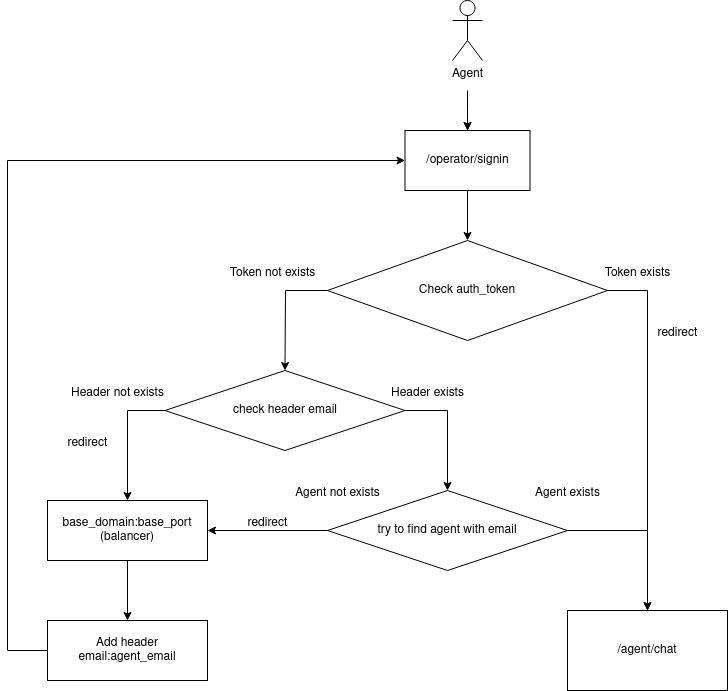
vasiliypozhinskiy/AD_integrations keeps this draw.io diagram as Integration_with_balancer.png. Above is the earlier version. Source tidied: cells renumbered, new cells last; positions are measured from the earlier drawing's top-left corner, leaving out a move shared by most shapes.
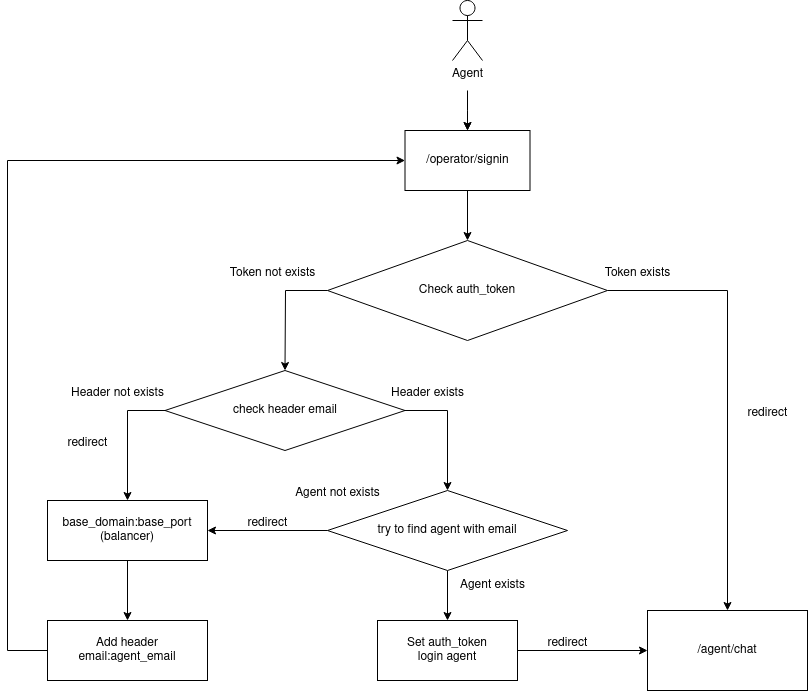
Above is the later version.

The edit, as a diff of the source:
```diff
@@ -33,7 +33,7 @@
     <mxCell id="8" style="endArrow=classic;html=1;rounded=0;exitX=1;exitY=0.5;exitDx=0;exitDy=0;entryX=0.5;entryY=0;entryDx=0;entryDy=0;" parent="1" edge="1" source="2" target="12">
       <mxGeometry relative="1" as="geometry">
         <Array as="points">
-          <mxPoint x="640" y="290" />
+          <mxPoint x="720" y="290" />
         </Array>
       </mxGeometry>
     </mxCell>
@@ -49,10 +49,10 @@
       <mxGeometry x="585" y="258" width="90" height="30" as="geometry" />
     </mxCell>
     <mxCell id="12" value="/agent/chat" style="rounded=0;whiteSpace=wrap;html=1;" parent="1" vertex="1">
-      <mxGeometry x="560" y="610" width="160" height="80" as="geometry" />
+      <mxGeometry x="640" y="610" width="160" height="80" as="geometry" />
     </mxCell>
     <mxCell id="13" value="redirect" style="text;html=1;align=center;verticalAlign=middle;strokeColor=none;fillColor=none;" parent="1" vertex="1">
-      <mxGeometry x="640" y="318" width="60" height="30" as="geometry" />
+      <mxGeometry x="730" y="398" width="60" height="30" as="geometry" />
     </mxCell>
     <mxCell id="14" value="check header email" style="rhombus;whiteSpace=wrap;html=1;" parent="1" vertex="1">
       <mxGeometry x="157.5" y="370" width="240" height="80" as="geometry" />
@@ -88,6 +88,9 @@
         </Array>
       </mxGeometry>
     </mxCell>
+    <mxCell id="30" style="edgeStyle=orthogonalEdgeStyle;rounded=0;jettySize=auto;html=1;entryX=0.5;entryY=0;entryDx=0;entryDy=0;" parent="1" edge="1" source="22" target="32">
+      <mxGeometry relative="1" as="geometry" />
+    </mxCell>
     <mxCell id="22" value="try to find agent with email" style="rhombus;whiteSpace=wrap;html=1;" parent="1" vertex="1">
       <mxGeometry x="320" y="490" width="240" height="80" as="geometry" />
     </mxCell>
@@ -98,15 +101,8 @@
         </Array>
       </mxGeometry>
     </mxCell>
-    <mxCell id="24" style="endArrow=classic;html=1;rounded=0;exitX=1;exitY=0.5;exitDx=0;exitDy=0;entryX=0.5;entryY=0;entryDx=0;entryDy=0;" parent="1" edge="1" source="22" target="12">
-      <mxGeometry relative="1" as="geometry">
-        <Array as="points">
-          <mxPoint x="640" y="530" />
-        </Array>
-      </mxGeometry>
-    </mxCell>
     <mxCell id="25" value="Agent exists" style="text;html=1;align=center;verticalAlign=middle;strokeColor=none;fillColor=none;" parent="1" vertex="1">
-      <mxGeometry x="515" y="478" width="90" height="30" as="geometry" />
+      <mxGeometry x="440" y="570" width="90" height="30" as="geometry" />
     </mxCell>
     <mxCell id="26" style="endArrow=classic;html=1;rounded=0;exitX=0;exitY=0.5;exitDx=0;exitDy=0;entryX=1;entryY=0.5;entryDx=0;entryDy=0;" parent="1" edge="1" source="22" target="17">
       <mxGeometry relative="1" as="geometry" />
@@ -120,5 +116,14 @@
     <mxCell id="29" value="&lt;div&gt;Header exists&lt;/div&gt;" style="text;html=1;align=center;verticalAlign=middle;strokeColor=none;fillColor=none;" parent="1" vertex="1">
       <mxGeometry x="370" y="378" width="100" height="30" as="geometry" />
     </mxCell>
+    <mxCell id="31" style="edgeStyle=orthogonalEdgeStyle;rounded=0;jettySize=auto;html=1;entryX=0;entryY=0.5;entryDx=0;entryDy=0;" parent="1" edge="1" source="32" target="12">
+      <mxGeometry relative="1" as="geometry" />
+    </mxCell>
+    <mxCell id="32" value="&lt;div&gt;Set auth_token&lt;/div&gt;&lt;div&gt;login agent&lt;br&gt;&lt;/div&gt;" style="whiteSpace=wrap;html=1;" parent="1" vertex="1">
+      <mxGeometry x="370" y="620" width="140" height="60" as="geometry" />
+    </mxCell>
+    <mxCell id="33" value="redirect" style="text;html=1;align=center;verticalAlign=middle;strokeColor=none;fillColor=none;" parent="1" vertex="1">
+      <mxGeometry x="530" y="628" width="60" height="30" as="geometry" />
+    </mxCell>
   </root>
 </mxGraphModel>
```
